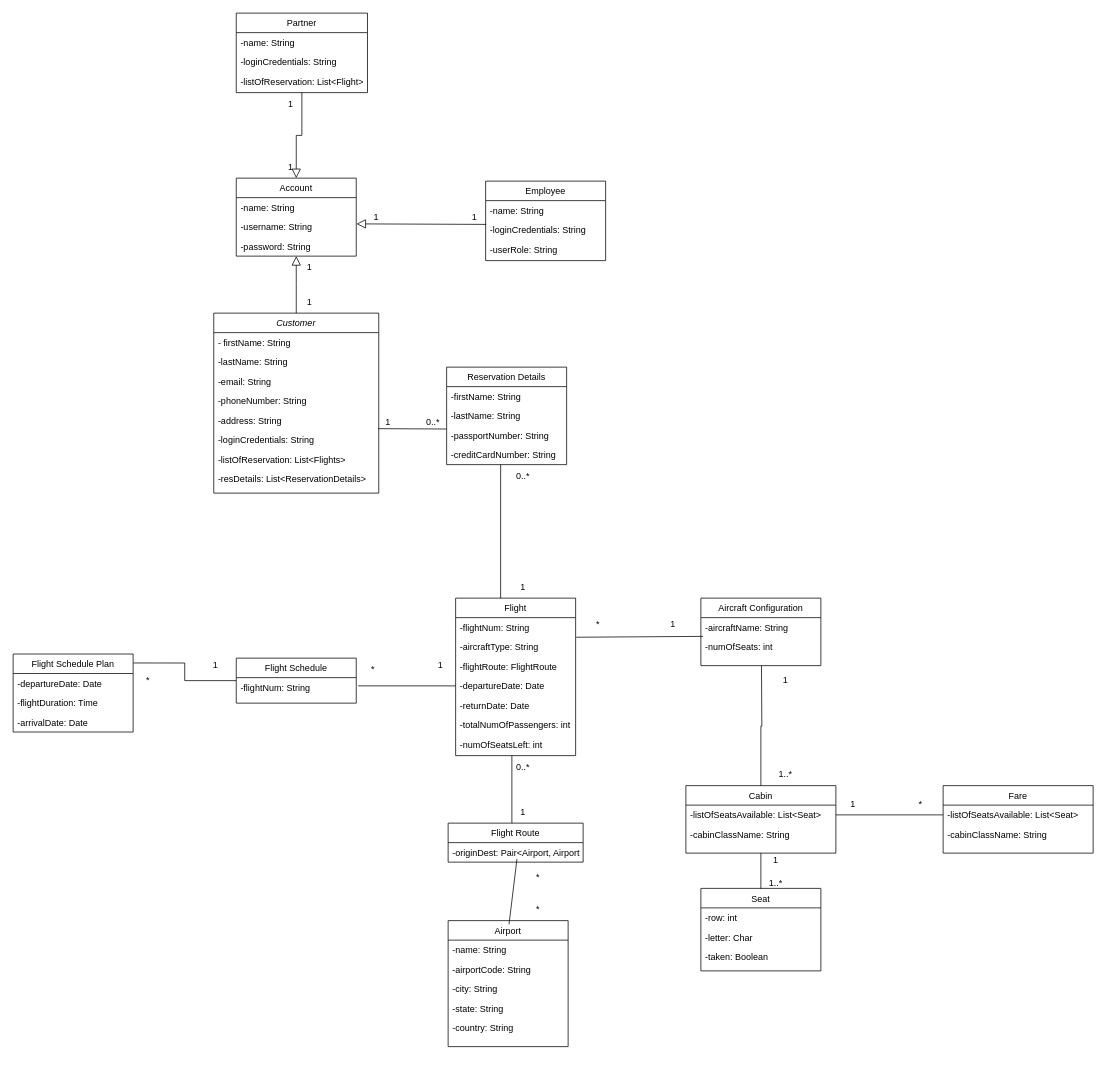
Before: Untitled Diagram.drawio in glennquah/Flight-Enterprise-System, a draw.io diagram. Source tidied: cells renumbered, new cells numbered last; positions are measured from the earlier drawing's top-left corner, leaving out a move shared by most shapes. Both pictures are drawn from the tidied source at 75%, with x=0, y=0 at pixel (13, 13).
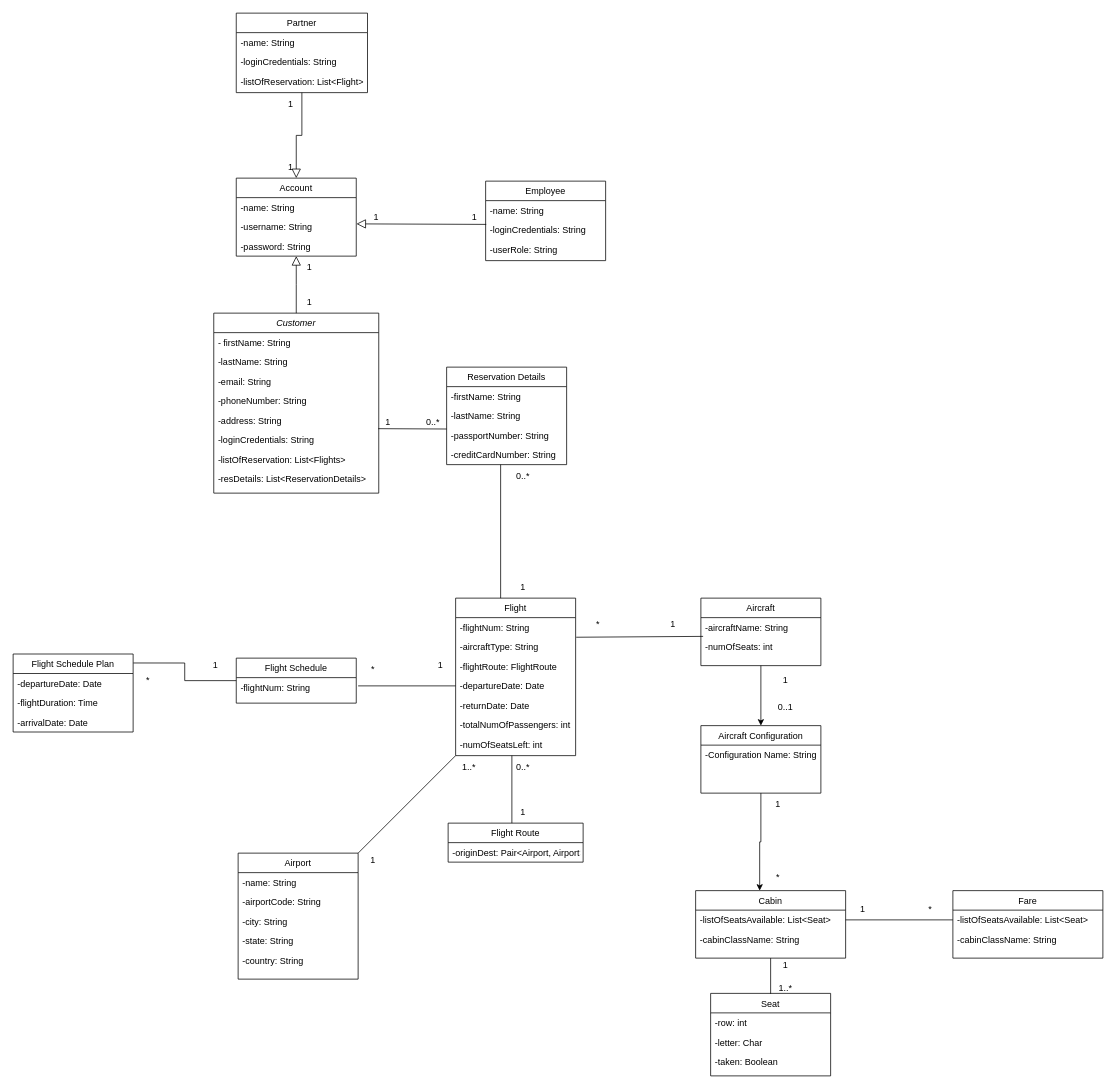
The same page after the edit.

The change refers to these unchanged cells:
```xml
<mxCell id="11" value="Flight" style="swimlane;fontStyle=0;align=center;verticalAlign=top;horizontal=1;startSize=26;rounded=0;shadow=0;strokeWidth=1;" parent="1" vertex="1">
  <mxGeometry x="590" y="780" width="160" height="210" as="geometry" />
</mxCell>
<mxCell id="49" value="-originDest: Pair&lt;Airport, Airport&gt;" style="text;align=left;verticalAlign=top;spacingLeft=4;spacingRight=4;overflow=hidden;points=[[0,0.5],[1,0.5]];portConstraint=eastwest;" parent="48" vertex="1">
  <mxGeometry y="26" width="180" height="26" as="geometry" />
</mxCell>
```

Diff of the diagram source:
```diff
@@
     <mxCell id="37" value="Cabin" style="swimlane;fontStyle=0;align=center;verticalAlign=top;horizontal=1;startSize=26;rounded=0;shadow=0;strokeWidth=1;" parent="1" vertex="1">
-      <mxGeometry x="897" y="1030" width="200" height="90" as="geometry" />
+      <mxGeometry x="910" y="1170" width="200" height="90" as="geometry" />
     </mxCell>
@@
-    <mxCell id="41" value="1..*" style="text;html=1;strokeColor=none;fillColor=none;align=center;verticalAlign=middle;whiteSpace=wrap;rounded=0;" parent="1" vertex="1">
-      <mxGeometry x="1000" y="1000" width="60" height="30" as="geometry" />
+    <mxCell id="41" value="0..1" style="text;html=1;strokeColor=none;fillColor=none;align=center;verticalAlign=middle;whiteSpace=wrap;rounded=0;" parent="1" vertex="1">
+      <mxGeometry x="1000" y="910" width="60" height="30" as="geometry" />
     </mxCell>
     <mxCell id="42" value="Seat" style="swimlane;fontStyle=0;align=center;verticalAlign=top;horizontal=1;startSize=26;rounded=0;shadow=0;strokeWidth=1;" parent="1" vertex="1">
-      <mxGeometry x="917" y="1167" width="160" height="110" as="geometry" />
+      <mxGeometry x="930" y="1307" width="160" height="110" as="geometry" />
     </mxCell>
@@
     <mxCell id="46" value="1" style="text;html=1;strokeColor=none;fillColor=none;align=center;verticalAlign=middle;whiteSpace=wrap;rounded=0;" parent="1" vertex="1">
-      <mxGeometry x="987" y="1115" width="60" height="30" as="geometry" />
+      <mxGeometry x="1000" y="1255" width="60" height="30" as="geometry" />
     </mxCell>
     <mxCell id="47" value="1..*" style="text;html=1;strokeColor=none;fillColor=none;align=center;verticalAlign=middle;whiteSpace=wrap;rounded=0;" parent="1" vertex="1">
-      <mxGeometry x="987" y="1145" width="60" height="30" as="geometry" />
+      <mxGeometry x="1000" y="1285" width="60" height="30" as="geometry" />
     </mxCell>
@@
     <mxCell id="74" value="Airport" style="swimlane;fontStyle=0;align=center;verticalAlign=top;horizontal=1;startSize=26;rounded=0;shadow=0;strokeWidth=1;" parent="1" vertex="1">
-      <mxGeometry x="580" y="1210" width="160" height="168" as="geometry" />
+      <mxGeometry x="300" y="1120" width="160" height="168" as="geometry" />
     </mxCell>
@@
-    <mxCell id="80" style="endArrow=none;html=1;rounded=0;entryX=-0.147;entryY=1.164;entryDx=0;entryDy=0;exitX=0.51;exitY=0.84;exitDx=0;exitDy=0;exitPerimeter=0;entryPerimeter=0;" parent="1" edge="1" source="49" target="82">
+    <mxCell id="80" style="endArrow=none;html=1;rounded=0;entryX=1;entryY=0;entryDx=0;entryDy=0;exitX=0;exitY=1;exitDx=0;exitDy=0;" parent="1" edge="1" source="11" target="74">
       <mxGeometry relative="1" as="geometry" />
     </mxCell>
-    <mxCell id="81" value="*" style="text;html=1;strokeColor=none;fillColor=none;align=center;verticalAlign=middle;whiteSpace=wrap;rounded=0;" parent="1" vertex="1">
-      <mxGeometry x="670" y="1137" width="60" height="30" as="geometry" />
+    <mxCell id="81" value="1..*" style="text;html=1;strokeColor=none;fillColor=none;align=center;verticalAlign=middle;whiteSpace=wrap;rounded=0;" parent="1" vertex="1">
+      <mxGeometry x="578" y="990" width="60" height="30" as="geometry" />
     </mxCell>
-    <mxCell id="82" value="*" style="text;html=1;strokeColor=none;fillColor=none;align=center;verticalAlign=middle;whiteSpace=wrap;rounded=0;" parent="1" vertex="1">
-      <mxGeometry x="670" y="1180" width="60" height="30" as="geometry" />
-    </mxCell>
-    <mxCell id="83" value="Aircraft Configuration" style="swimlane;fontStyle=0;align=center;verticalAlign=top;horizontal=1;startSize=26;rounded=0;shadow=0;strokeWidth=1;" parent="1" vertex="1">
+    <mxCell id="83" value="Aircraft" style="swimlane;fontStyle=0;align=center;verticalAlign=top;horizontal=1;startSize=26;rounded=0;shadow=0;strokeWidth=1;" parent="1" vertex="1">
       <mxGeometry x="917" y="780" width="160" height="90" as="geometry" />
     </mxCell>
@@
-    <mxCell id="86" style="edgeStyle=orthogonalEdgeStyle;rounded=0;jettySize=auto;html=1;entryX=0.486;entryY=1.015;entryDx=0;entryDy=0;entryPerimeter=0;endArrow=none;endFill=0;" parent="1" edge="1" source="37">
-      <mxGeometry relative="1" as="geometry">
-        <mxPoint x="997.8" y="870.4" as="targetPoint" />
-      </mxGeometry>
-    </mxCell>
@@
     <mxCell id="96" value="Fare" style="swimlane;fontStyle=0;align=center;verticalAlign=top;horizontal=1;startSize=26;rounded=0;shadow=0;strokeWidth=1;" parent="1" vertex="1">
-      <mxGeometry x="1240" y="1030" width="200" height="90" as="geometry" />
+      <mxGeometry x="1253" y="1170" width="200" height="90" as="geometry" />
     </mxCell>
@@
     <mxCell id="100" value="1" style="text;html=1;strokeColor=none;fillColor=none;align=center;verticalAlign=middle;whiteSpace=wrap;rounded=0;" parent="1" vertex="1">
-      <mxGeometry x="1090" y="1040" width="60" height="30" as="geometry" />
+      <mxGeometry x="1103" y="1180" width="60" height="30" as="geometry" />
     </mxCell>
     <mxCell id="101" value="*" style="text;html=1;strokeColor=none;fillColor=none;align=center;verticalAlign=middle;whiteSpace=wrap;rounded=0;" parent="1" vertex="1">
-      <mxGeometry x="1180" y="1040" width="60" height="30" as="geometry" />
+      <mxGeometry x="1193" y="1180" width="60" height="30" as="geometry" />
     </mxCell>
+    <mxCell id="102" value="Aircraft Configuration" style="swimlane;fontStyle=0;align=center;verticalAlign=top;horizontal=1;startSize=26;rounded=0;shadow=0;strokeWidth=1;" parent="1" vertex="1">
+      <mxGeometry x="917" y="950" width="160" height="90" as="geometry" />
+    </mxCell>
+    <mxCell id="103" value="-Configuration Name: String" style="text;align=left;verticalAlign=top;spacingLeft=4;spacingRight=4;overflow=hidden;" parent="102" vertex="1">
+      <mxGeometry y="26" width="160" height="26" as="geometry" />
+    </mxCell>
+    <mxCell id="104" value="1" style="text;html=1;strokeColor=none;fillColor=none;align=center;verticalAlign=middle;whiteSpace=wrap;rounded=0;" parent="1" vertex="1">
+      <mxGeometry x="450" y="1115" width="60" height="30" as="geometry" />
+    </mxCell>
+    <mxCell id="105" style="edgeStyle=orthogonalEdgeStyle;rounded=0;jettySize=auto;html=1;entryX=0.427;entryY=0;entryDx=0;entryDy=0;entryPerimeter=0;" parent="1" edge="1" source="102" target="37">
+      <mxGeometry relative="1" as="geometry" />
+    </mxCell>
+    <mxCell id="106" value="1" style="text;html=1;strokeColor=none;fillColor=none;align=center;verticalAlign=middle;whiteSpace=wrap;rounded=0;" parent="1" vertex="1">
+      <mxGeometry x="990" y="1040" width="60" height="30" as="geometry" />
+    </mxCell>
+    <mxCell id="82" value="*" style="text;html=1;strokeColor=none;fillColor=none;align=center;verticalAlign=middle;whiteSpace=wrap;rounded=0;" parent="1" vertex="1">
+      <mxGeometry x="990" y="1137" width="60" height="30" as="geometry" />
+    </mxCell>
+    <mxCell id="107" style="edgeStyle=orthogonalEdgeStyle;rounded=0;jettySize=auto;html=1;" parent="1" edge="1" source="83" target="102">
+      <mxGeometry relative="1" as="geometry" />
+    </mxCell>
```
